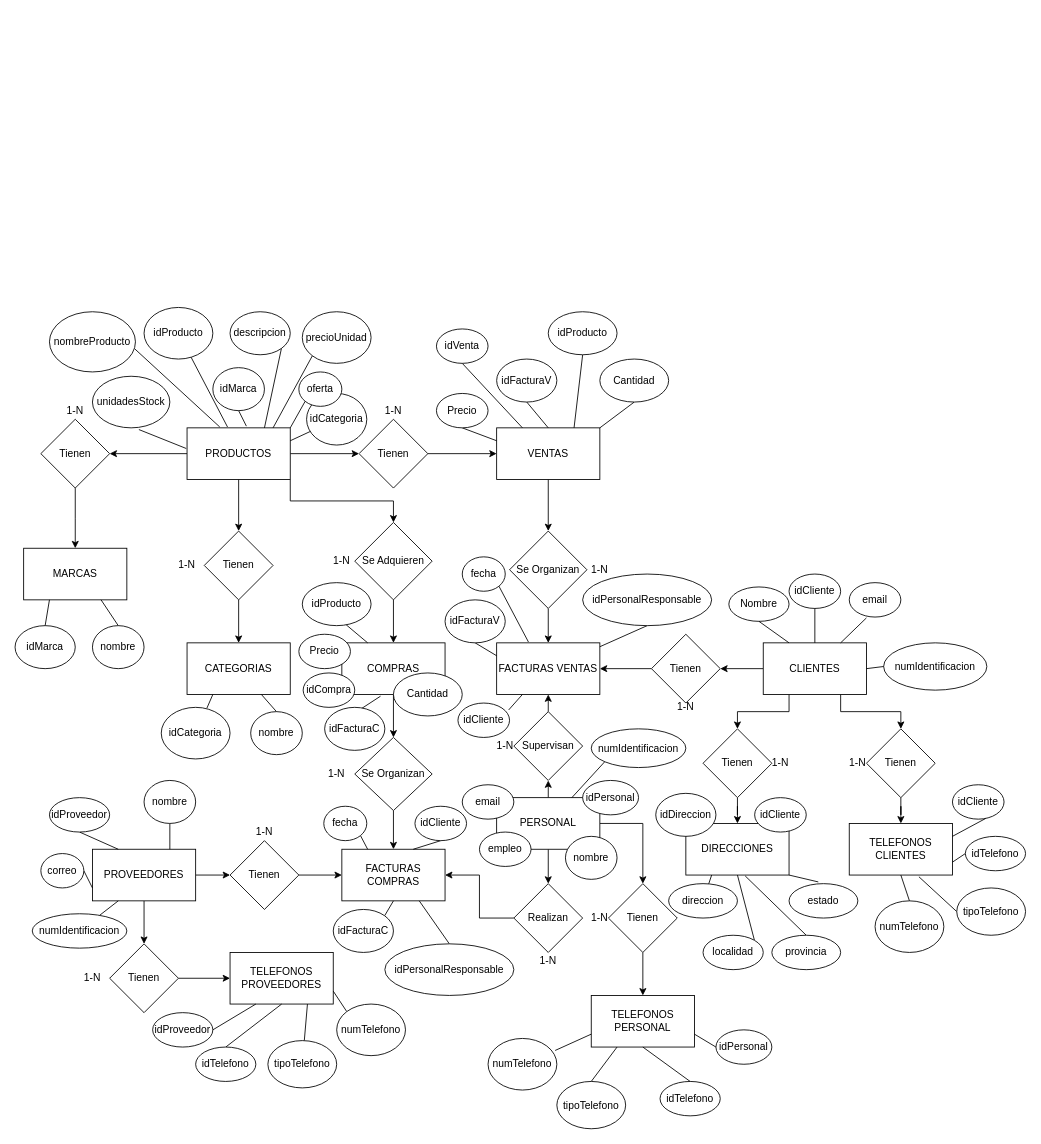
This is DiagramaER_ProyectoSGE.drawio from Destino56/Proyecto-SGE, a draw.io file, before an edit. Source tidied: cells renumbered, new cells numbered last; positions are measured from the earlier drawing's top-left corner, leaving out a move shared by most shapes. Both pictures are drawn from the tidied source at 86%, with x=0, y=0 at pixel (15, 307).
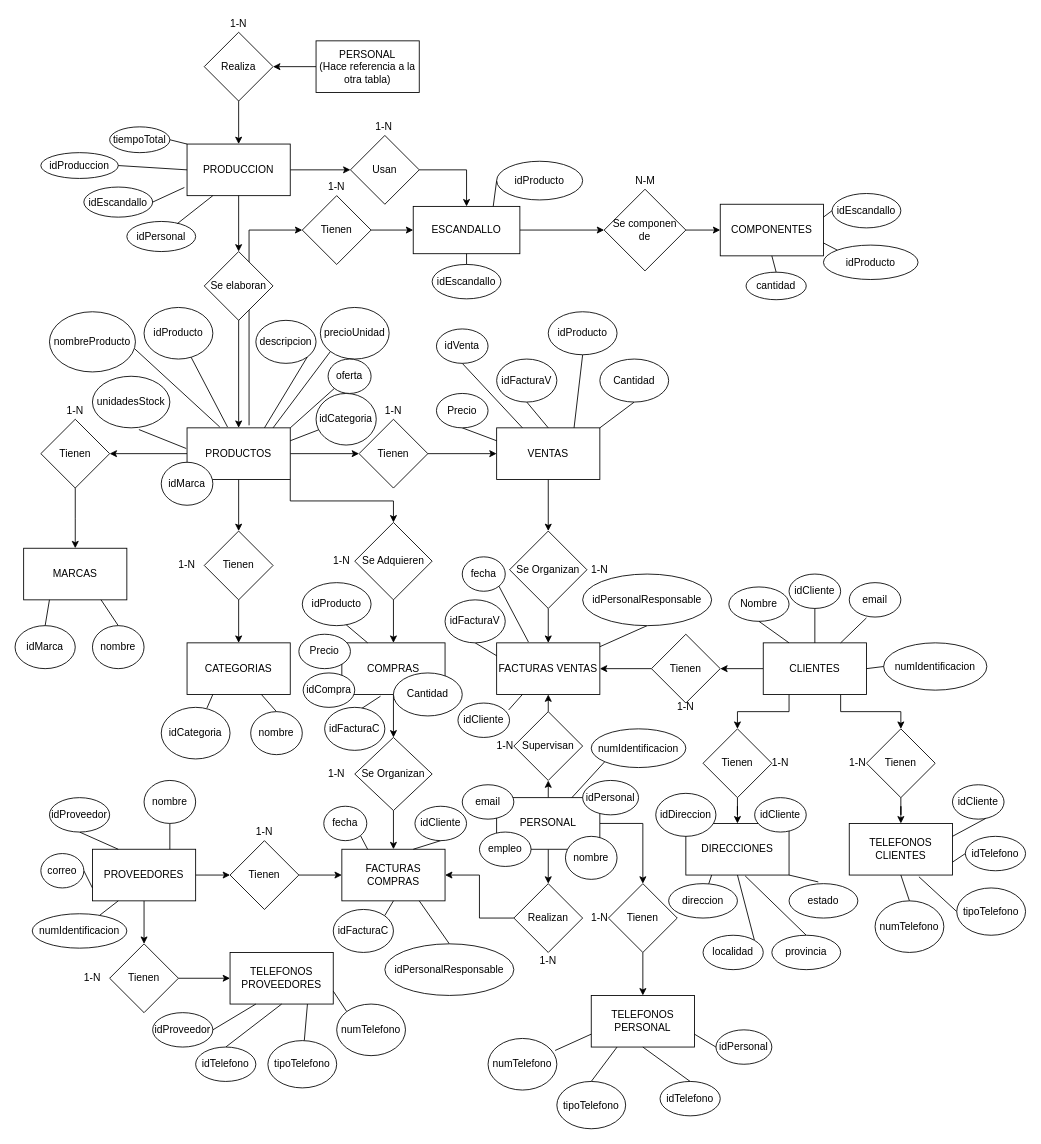
The same page after the edit.

Commit message:
Actualización del diagrama de ER

Unchanged cells that the change refers to:
```xml
<mxCell id="6" value="PRODUCTOS" style="rounded=0;whiteSpace=wrap;html=1;" parent="1" vertex="1">
  <mxGeometry x="200" y="140" width="120" height="60" as="geometry" />
</mxCell>
```

Change to the diagram source:
```diff
@@
+    <mxCell id="186" style="edgeStyle=orthogonalEdgeStyle;rounded=0;jettySize=auto;html=1;entryX=0;entryY=0.5;entryDx=0;entryDy=0;exitX=0.601;exitY=-0.049;exitDx=0;exitDy=0;exitPerimeter=0;" parent="1" edge="1" source="6" target="196">
+      <mxGeometry relative="1" as="geometry">
+        <Array as="points">
+          <mxPoint x="272" y="-90" />
+        </Array>
+      </mxGeometry>
+    </mxCell>
@@
     <mxCell id="9" value="idMarca" style="ellipse;whiteSpace=wrap;html=1;" parent="1" vertex="1">
-      <mxGeometry x="230" y="70" width="60" height="50" as="geometry" />
+      <mxGeometry x="170" y="180" width="60" height="50" as="geometry" />
     </mxCell>
     <mxCell id="10" value="idCategoria" style="ellipse;whiteSpace=wrap;html=1;" parent="1" vertex="1">
-      <mxGeometry x="339" y="100" width="70" height="60" as="geometry" />
+      <mxGeometry x="350" y="100" width="70" height="60" as="geometry" />
     </mxCell>
@@
     <mxCell id="12" value="precioUnidad" style="ellipse;whiteSpace=wrap;html=1;" parent="1" vertex="1">
-      <mxGeometry x="334" y="5" width="80" height="60" as="geometry" />
+      <mxGeometry x="355" width="80" height="60" as="geometry" />
     </mxCell>
     <mxCell id="13" value="oferta" style="ellipse;whiteSpace=wrap;html=1;" parent="1" vertex="1">
-      <mxGeometry x="330" y="75" width="50" height="40" as="geometry" />
+      <mxGeometry x="364" y="60" width="50" height="40" as="geometry" />
     </mxCell>
     <mxCell id="14" value="descripcion" style="ellipse;whiteSpace=wrap;html=1;" parent="1" vertex="1">
-      <mxGeometry x="250" y="5" width="70" height="50" as="geometry" />
+      <mxGeometry x="280" y="15" width="70" height="50" as="geometry" />
     </mxCell>
@@
-    <mxCell id="70" style="endArrow=none;html=1;entryX=0.575;entryY=-0.033;entryDx=0;entryDy=0;entryPerimeter=0;exitX=0.5;exitY=1;exitDx=0;exitDy=0;" parent="1" edge="1" source="9" target="6">
-      <mxGeometry relative="1" as="geometry" />
-    </mxCell>
@@
+    <mxCell id="187" style="edgeStyle=orthogonalEdgeStyle;rounded=0;jettySize=auto;html=1;entryX=0;entryY=0.5;entryDx=0;entryDy=0;" parent="1" edge="1" source="188" target="198">
+      <mxGeometry relative="1" as="geometry" />
+    </mxCell>
+    <mxCell id="188" value="PRODUCCION" style="rounded=0;whiteSpace=wrap;html=1;" parent="1" vertex="1">
+      <mxGeometry x="200" y="-190" width="120" height="60" as="geometry" />
+    </mxCell>
+    <mxCell id="189" style="endArrow=classic;html=1;exitX=0.5;exitY=1;exitDx=0;exitDy=0;" parent="1" edge="1" source="191">
+      <mxGeometry relative="1" as="geometry">
+        <mxPoint x="260" y="-30" as="targetPoint" />
+      </mxGeometry>
+    </mxCell>
+    <mxCell id="190" style="edgeStyle=orthogonalEdgeStyle;rounded=0;jettySize=auto;html=1;" parent="1" edge="1" source="191" target="6">
+      <mxGeometry relative="1" as="geometry" />
+    </mxCell>
+    <mxCell id="191" value="Se elaboran" style="rhombus;whiteSpace=wrap;html=1;" parent="1" vertex="1">
+      <mxGeometry x="220" y="-65" width="80" height="80" as="geometry" />
+    </mxCell>
+    <mxCell id="192" style="endArrow=classic;html=1;exitX=0.5;exitY=1;exitDx=0;exitDy=0;" parent="1" edge="1" source="188" target="191">
+      <mxGeometry relative="1" as="geometry" />
+    </mxCell>
+    <mxCell id="193" style="edgeStyle=orthogonalEdgeStyle;rounded=0;jettySize=auto;html=1;entryX=0;entryY=0.5;entryDx=0;entryDy=0;" parent="1" edge="1" source="194" target="219">
+      <mxGeometry relative="1" as="geometry" />
+    </mxCell>
+    <mxCell id="194" value="ESCANDALLO" style="rounded=0;whiteSpace=wrap;html=1;" parent="1" vertex="1">
+      <mxGeometry x="463" y="-117.5" width="124" height="55" as="geometry" />
+    </mxCell>
+    <mxCell id="195" style="edgeStyle=orthogonalEdgeStyle;rounded=0;jettySize=auto;html=1;entryX=0;entryY=0.5;entryDx=0;entryDy=0;" parent="1" edge="1" source="196" target="194">
+      <mxGeometry relative="1" as="geometry" />
+    </mxCell>
+    <mxCell id="196" value="Tienen" style="rhombus;whiteSpace=wrap;html=1;" parent="1" vertex="1">
+      <mxGeometry x="334" y="-130" width="80" height="80" as="geometry" />
+    </mxCell>
+    <mxCell id="197" style="edgeStyle=orthogonalEdgeStyle;rounded=0;jettySize=auto;html=1;entryX=0.5;entryY=0;entryDx=0;entryDy=0;" parent="1" edge="1" source="198" target="194">
+      <mxGeometry relative="1" as="geometry">
+        <Array as="points">
+          <mxPoint x="430" y="-160" />
+          <mxPoint x="524" y="-160" />
+        </Array>
+      </mxGeometry>
+    </mxCell>
+    <mxCell id="198" value="Usan" style="rhombus;whiteSpace=wrap;html=1;" parent="1" vertex="1">
+      <mxGeometry x="390" y="-200" width="80" height="80" as="geometry" />
+    </mxCell>
+    <mxCell id="199" value="tiempoTotal" style="ellipse;whiteSpace=wrap;html=1;" parent="1" vertex="1">
+      <mxGeometry x="110" y="-210" width="70" height="30" as="geometry" />
+    </mxCell>
+    <mxCell id="200" value="idProduccion" style="ellipse;whiteSpace=wrap;html=1;" parent="1" vertex="1">
+      <mxGeometry x="30" y="-180" width="90" height="30" as="geometry" />
+    </mxCell>
+    <mxCell id="201" style="edgeStyle=orthogonalEdgeStyle;rounded=0;jettySize=auto;html=1;entryX=1;entryY=0.5;entryDx=0;entryDy=0;" parent="1" edge="1" source="202" target="204">
+      <mxGeometry relative="1" as="geometry" />
+    </mxCell>
+    <mxCell id="202" value="PERSONAL&lt;br&gt;(Hace referencia a la otra tabla)" style="rounded=0;whiteSpace=wrap;html=1;" parent="1" vertex="1">
+      <mxGeometry x="350" y="-310" width="120" height="60" as="geometry" />
+    </mxCell>
+    <mxCell id="203" style="edgeStyle=orthogonalEdgeStyle;rounded=0;jettySize=auto;html=1;entryX=0.5;entryY=0;entryDx=0;entryDy=0;" parent="1" edge="1" source="204" target="188">
+      <mxGeometry relative="1" as="geometry" />
+    </mxCell>
+    <mxCell id="204" value="Realiza" style="rhombus;whiteSpace=wrap;html=1;" parent="1" vertex="1">
+      <mxGeometry x="220" y="-320" width="80" height="80" as="geometry" />
+    </mxCell>
+    <mxCell id="205" style="endArrow=none;html=1;entryX=0;entryY=0;entryDx=0;entryDy=0;exitX=1;exitY=0.5;exitDx=0;exitDy=0;" parent="1" edge="1" source="199" target="188">
+      <mxGeometry relative="1" as="geometry" />
+    </mxCell>
+    <mxCell id="206" style="endArrow=none;html=1;entryX=0;entryY=0.5;entryDx=0;entryDy=0;exitX=1;exitY=0.5;exitDx=0;exitDy=0;" parent="1" edge="1" source="200" target="188">
+      <mxGeometry relative="1" as="geometry" />
+    </mxCell>
+    <mxCell id="207" value="idProducto" style="ellipse;whiteSpace=wrap;html=1;" parent="1" vertex="1">
+      <mxGeometry x="940" y="-72.5" width="110" height="40" as="geometry" />
+    </mxCell>
+    <mxCell id="208" style="endArrow=none;html=1;exitX=0.75;exitY=0;exitDx=0;exitDy=0;entryX=0;entryY=0.5;entryDx=0;entryDy=0;" parent="1" edge="1" source="194" target="217">
+      <mxGeometry relative="1" as="geometry" />
+    </mxCell>
+    <mxCell id="209" value="idPersonal" style="ellipse;whiteSpace=wrap;html=1;" parent="1" vertex="1">
+      <mxGeometry x="130" y="-100" width="80" height="35" as="geometry" />
+    </mxCell>
+    <mxCell id="210" style="endArrow=none;html=1;entryX=0.25;entryY=1;entryDx=0;entryDy=0;exitX=0.733;exitY=0.074;exitDx=0;exitDy=0;exitPerimeter=0;" parent="1" edge="1" source="209" target="188">
+      <mxGeometry relative="1" as="geometry" />
+    </mxCell>
+    <mxCell id="211" value="idEscandallo" style="ellipse;whiteSpace=wrap;html=1;" parent="1" vertex="1">
+      <mxGeometry x="485" y="-50" width="80" height="40" as="geometry" />
+    </mxCell>
+    <mxCell id="212" style="endArrow=none;html=1;exitX=0.5;exitY=1;exitDx=0;exitDy=0;entryX=0.5;entryY=0;entryDx=0;entryDy=0;" parent="1" edge="1" source="194" target="211">
+      <mxGeometry relative="1" as="geometry" />
+    </mxCell>
+    <mxCell id="213" value="COMPONENTES" style="rounded=0;whiteSpace=wrap;html=1;" parent="1" vertex="1">
+      <mxGeometry x="820" y="-120" width="120" height="60" as="geometry" />
+    </mxCell>
+    <mxCell id="214" value="idEscandallo" style="ellipse;whiteSpace=wrap;html=1;" parent="1" vertex="1">
+      <mxGeometry x="950" y="-132.5" width="80" height="40" as="geometry" />
+    </mxCell>
+    <mxCell id="215" style="endArrow=none;html=1;exitX=1;exitY=0.25;exitDx=0;exitDy=0;entryX=0;entryY=0.5;entryDx=0;entryDy=0;" parent="1" edge="1" source="213" target="214">
+      <mxGeometry relative="1" as="geometry" />
+    </mxCell>
+    <mxCell id="216" style="endArrow=none;html=1;exitX=1;exitY=0.75;exitDx=0;exitDy=0;entryX=0;entryY=0;entryDx=0;entryDy=0;" parent="1" edge="1" source="213" target="207">
+      <mxGeometry relative="1" as="geometry" />
+    </mxCell>
+    <mxCell id="217" value="idProducto" style="ellipse;whiteSpace=wrap;html=1;" parent="1" vertex="1">
+      <mxGeometry x="560" y="-170" width="100" height="45" as="geometry" />
+    </mxCell>
+    <mxCell id="218" style="edgeStyle=orthogonalEdgeStyle;rounded=0;jettySize=auto;html=1;entryX=0;entryY=0.5;entryDx=0;entryDy=0;" parent="1" edge="1" source="219" target="213">
+      <mxGeometry relative="1" as="geometry" />
+    </mxCell>
+    <mxCell id="219" value="Se componen&lt;br&gt;de" style="rhombus;whiteSpace=wrap;html=1;" parent="1" vertex="1">
+      <mxGeometry x="685" y="-137.5" width="95" height="95" as="geometry" />
+    </mxCell>
+    <mxCell id="220" value="cantidad" style="ellipse;whiteSpace=wrap;html=1;" parent="1" vertex="1">
+      <mxGeometry x="850" y="-41" width="70" height="32" as="geometry" />
+    </mxCell>
+    <mxCell id="221" style="endArrow=none;html=1;exitX=0.5;exitY=1;exitDx=0;exitDy=0;entryX=0.5;entryY=0;entryDx=0;entryDy=0;" parent="1" edge="1" source="213" target="220">
+      <mxGeometry relative="1" as="geometry" />
+    </mxCell>
+    <mxCell id="222" value="1-N" style="text;html=1;strokeColor=none;fillColor=none;align=center;verticalAlign=middle;whiteSpace=wrap;rounded=0;" parent="1" vertex="1">
+      <mxGeometry x="354" y="-150" width="40" height="20" as="geometry" />
+    </mxCell>
+    <mxCell id="223" value="1-N" style="text;html=1;strokeColor=none;fillColor=none;align=center;verticalAlign=middle;whiteSpace=wrap;rounded=0;" parent="1" vertex="1">
+      <mxGeometry x="409" y="-220" width="40" height="20" as="geometry" />
+    </mxCell>
+    <mxCell id="224" value="1-N" style="text;html=1;strokeColor=none;fillColor=none;align=center;verticalAlign=middle;whiteSpace=wrap;rounded=0;" parent="1" vertex="1">
+      <mxGeometry x="240" y="-340" width="40" height="20" as="geometry" />
+    </mxCell>
+    <mxCell id="225" value="idEscandallo" style="ellipse;whiteSpace=wrap;html=1;" parent="1" vertex="1">
+      <mxGeometry x="80" y="-140" width="80" height="35" as="geometry" />
+    </mxCell>
+    <mxCell id="226" style="endArrow=none;html=1;entryX=-0.026;entryY=0.842;entryDx=0;entryDy=0;exitX=1;exitY=0.5;exitDx=0;exitDy=0;entryPerimeter=0;" parent="1" edge="1" source="225" target="188">
+      <mxGeometry relative="1" as="geometry" />
+    </mxCell>
+    <mxCell id="227" value="N-M" style="text;html=1;strokeColor=none;fillColor=none;align=center;verticalAlign=middle;whiteSpace=wrap;rounded=0;" parent="1" vertex="1">
+      <mxGeometry x="712.5" y="-157.5" width="40" height="20" as="geometry" />
+    </mxCell>
```
